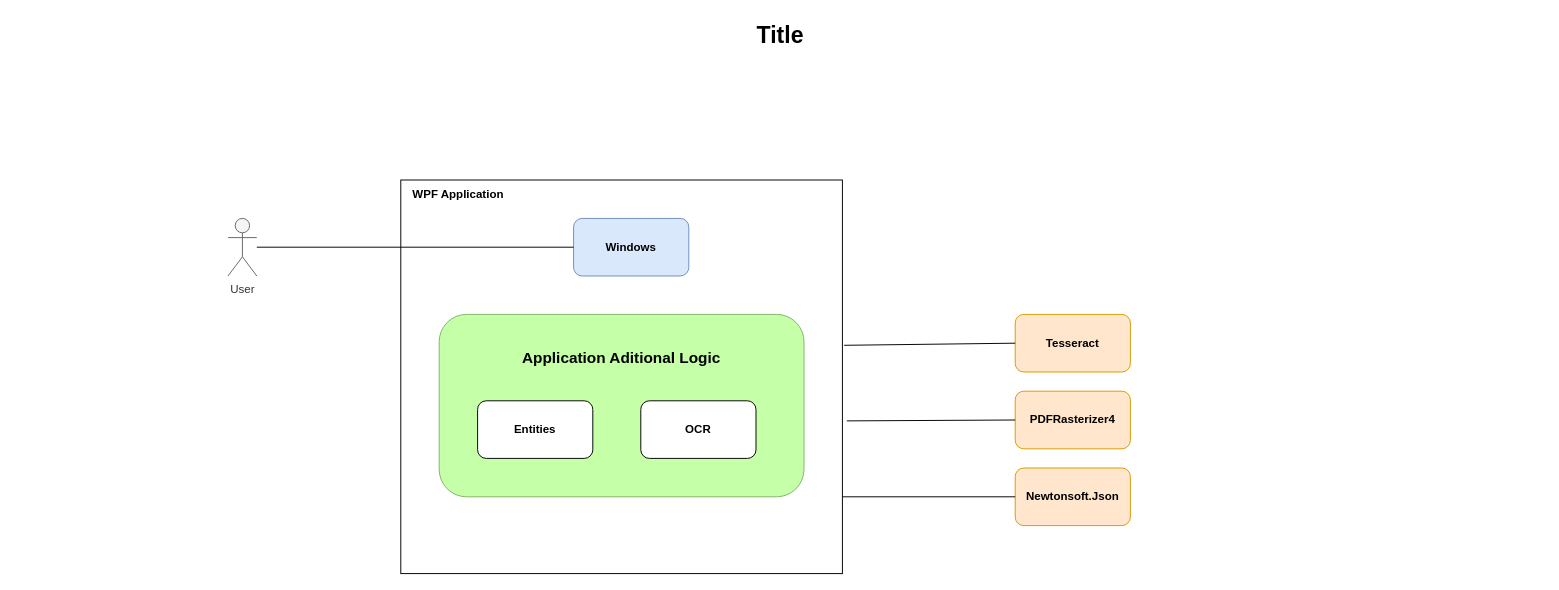
marie-sramkova/DP_document_management keeps this draw.io diagram as documentation/architecture_diagram.drawio. Above is the earlier version. Source tidied: cells renumbered, new cells numbered last; positions are measured from the earlier drawing's top-left corner, leaving out a move shared by most shapes. Both pictures are drawn from the tidied source at 96%, with x=0, y=0 at pixel (16, 16).
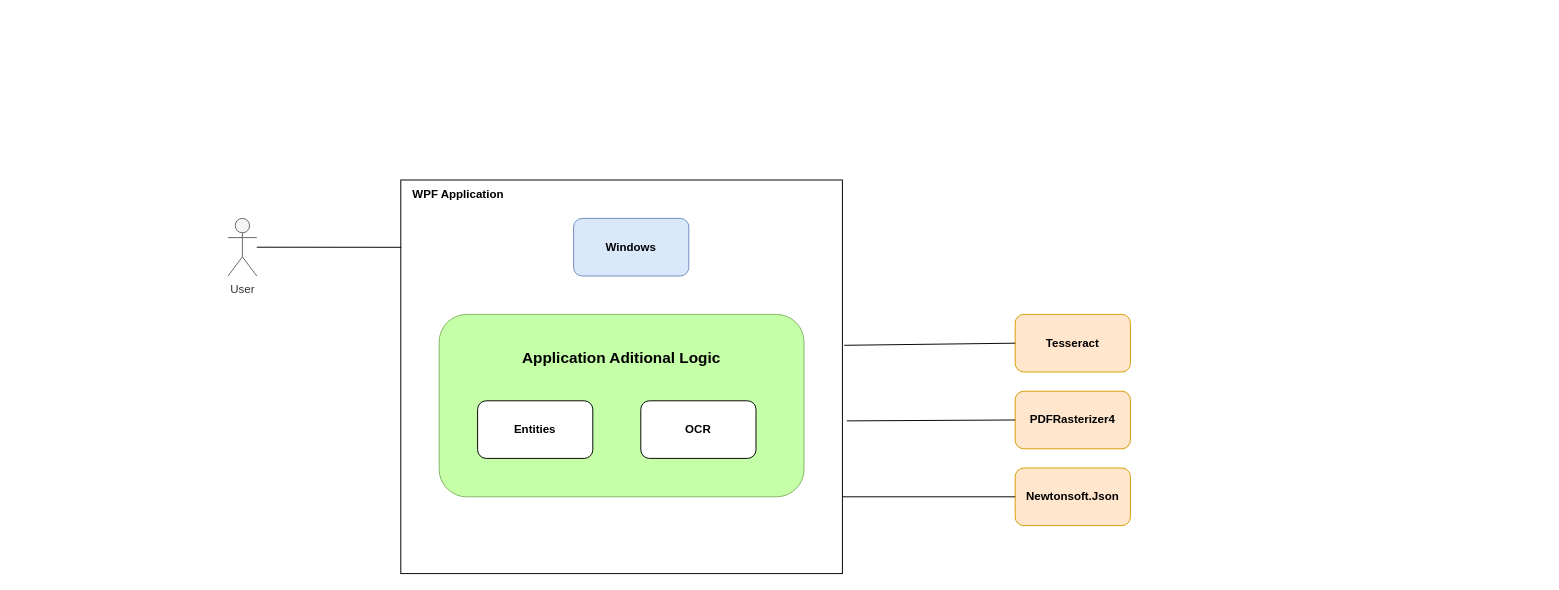
After the change.

Change to the diagram source:
```diff
@@
 <mxGraphModel>
   <root>
     <mxCell id="0" />
     <mxCell id="1" parent="0" />
     <mxCell id="2" style="rounded=0;whiteSpace=wrap;html=1;" parent="1" vertex="1">
       <mxGeometry x="400" y="170" width="460" height="410" as="geometry" />
     </mxCell>
-    <mxCell id="3" value="Title" style="text;strokeColor=none;fillColor=none;html=1;fontSize=24;fontStyle=1;verticalAlign=middle;align=center;" parent="1" vertex="1">
-      <mxGeometry width="1590" height="40" as="geometry" />
-    </mxCell>
     <mxCell id="4" value="Windows" style="rounded=1;whiteSpace=wrap;html=1;fontStyle=1;fillColor=#dae8fc;strokeColor=#6c8ebf;" parent="1" vertex="1">
       <mxGeometry x="580" y="210" width="120" height="60" as="geometry" />
     </mxCell>
     <mxCell id="5" style="rounded=1;whiteSpace=wrap;html=1;fillColor=#C5FFA8;strokeColor=#82b366;" parent="1" vertex="1">
       <mxGeometry x="440" y="310" width="380" height="190" as="geometry" />
     </mxCell>
     <mxCell id="6" value="Application Aditional Logic" style="text;html=1;align=center;verticalAlign=middle;whiteSpace=wrap;rounded=0;fontStyle=1;fontSize=16;" parent="1" vertex="1">
       <mxGeometry x="515" y="340" width="230" height="30" as="geometry" />
     </mxCell>
     <mxCell id="7" value="Entities" style="rounded=1;whiteSpace=wrap;html=1;fontStyle=1;" parent="1" vertex="1">
       <mxGeometry x="480" y="400" width="120" height="60" as="geometry" />
     </mxCell>
     <mxCell id="8" value="OCR" style="rounded=1;whiteSpace=wrap;html=1;fontStyle=1;" parent="1" vertex="1">
       <mxGeometry x="650" y="400" width="120" height="60" as="geometry" />
     </mxCell>
     <mxCell id="9" value="Tesseract" style="rounded=1;whiteSpace=wrap;html=1;fontStyle=1;fillColor=#ffe6cc;strokeColor=#d79b00;" parent="1" vertex="1">
       <mxGeometry x="1040" y="310" width="120" height="60" as="geometry" />
     </mxCell>
     <mxCell id="10" value="PDFRasterizer4" style="rounded=1;whiteSpace=wrap;html=1;fontStyle=1;fillColor=#ffe6cc;strokeColor=#d79b00;" parent="1" vertex="1">
       <mxGeometry x="1040" y="390" width="120" height="60" as="geometry" />
     </mxCell>
     <mxCell id="11" value="Newtonsoft.Json" style="rounded=1;whiteSpace=wrap;html=1;fontStyle=1;fillColor=#ffe6cc;strokeColor=#d79b00;" parent="1" vertex="1">
       <mxGeometry x="1040" y="470" width="120" height="60" as="geometry" />
     </mxCell>
     <mxCell id="12" style="endArrow=none;html=1;rounded=0;exitX=1.004;exitY=0.42;exitDx=0;exitDy=0;exitPerimeter=0;entryX=0;entryY=0.5;entryDx=0;entryDy=0;" parent="1" edge="1" source="2" target="9">
       <mxGeometry relative="1" as="geometry" />
     </mxCell>
     <mxCell id="13" style="endArrow=none;html=1;rounded=0;exitX=1.01;exitY=0.612;exitDx=0;exitDy=0;exitPerimeter=0;entryX=0;entryY=0.5;entryDx=0;entryDy=0;" parent="1" edge="1" source="2" target="10">
       <mxGeometry relative="1" as="geometry" />
     </mxCell>
     <mxCell id="14" style="endArrow=none;html=1;rounded=0;entryX=0;entryY=0.5;entryDx=0;entryDy=0;" parent="1" edge="1" target="11">
       <mxGeometry relative="1" as="geometry">
         <mxPoint x="860" y="500" as="sourcePoint" />
       </mxGeometry>
     </mxCell>
     <mxCell id="15" value="User" style="shape=umlActor;verticalLabelPosition=bottom;verticalAlign=top;html=1;outlineConnect=0;fillColor=#f5f5f5;strokeColor=#666666;fontColor=#333333;" parent="1" vertex="1">
       <mxGeometry x="220" y="210" width="30" height="60" as="geometry" />
     </mxCell>
-    <mxCell id="16" style="endArrow=none;html=1;rounded=0;" parent="1" edge="1" source="15" target="4">
+    <mxCell id="16" style="endArrow=none;html=1;rounded=0;entryX=0.001;entryY=0.171;entryDx=0;entryDy=0;entryPerimeter=0;" parent="1" edge="1" source="15" target="2">
       <mxGeometry relative="1" as="geometry" />
     </mxCell>
     <mxCell id="17" value="WPF Application" style="text;html=1;align=center;verticalAlign=middle;whiteSpace=wrap;rounded=0;fontStyle=1;" parent="1" vertex="1">
       <mxGeometry x="400" y="170" width="120" height="30" as="geometry" />
     </mxCell>
   </root>
 </mxGraphModel>
```
